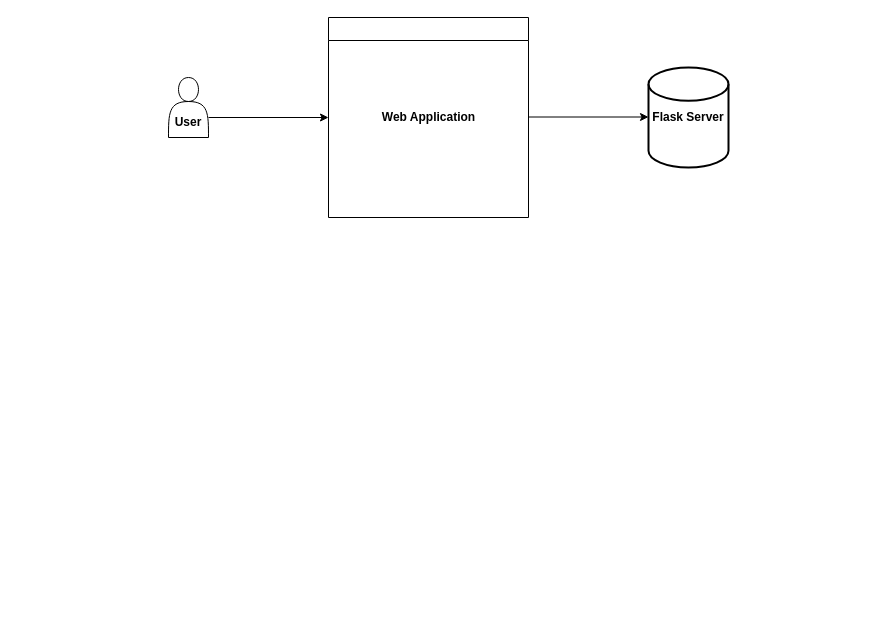
This is Untitled Diagram.drawio from MBtions/New, a draw.io file, before an edit. Source tidied: cells renumbered, new cells numbered last; positions are measured from the earlier drawing's top-left corner, leaving out a move shared by most shapes. Both pictures are drawn from the tidied source at 100%, with x=0, y=0 at pixel (168, 17).
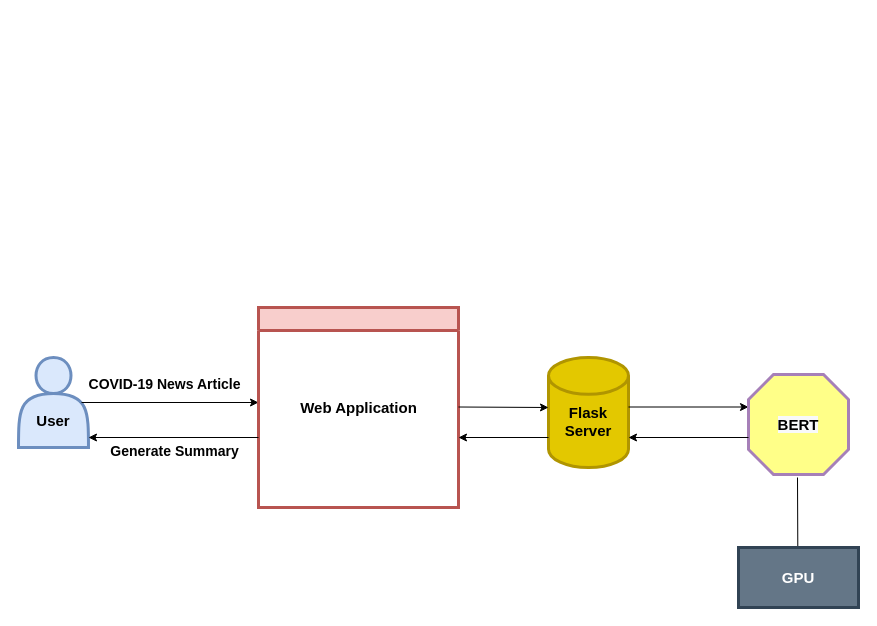
Above is the later version.

Diff of the diagram source:
```diff
@@
-    <mxCell id="2" value="&lt;br&gt;&lt;br&gt;User" style="shape=actor;whiteSpace=wrap;html=1;fontStyle=1;" parent="1" vertex="1">
-      <mxGeometry y="60" width="40" height="60" as="geometry" />
+    <mxCell id="2" value="&lt;font style=&quot;font-size: 15px&quot;&gt;&lt;br&gt;&lt;br&gt;User&lt;/font&gt;" style="shape=actor;whiteSpace=wrap;html=1;fontStyle=1;fillColor=#dae8fc;strokeColor=#6c8ebf;strokeWidth=3;" parent="1" vertex="1">
+      <mxGeometry x="-150" y="340" width="70" height="90" as="geometry" />
     </mxCell>
-    <mxCell id="3" style="endArrow=classic;html=1;exitX=1;exitY=0.75;exitDx=0;exitDy=0;fontStyle=1;" parent="1" edge="1">
+    <mxCell id="3" style="endArrow=classic;html=1;fontStyle=1;exitX=0.9;exitY=0.5;exitDx=0;exitDy=0;exitPerimeter=0;" parent="1" edge="1" source="2">
       <mxGeometry relative="1" as="geometry">
-        <mxPoint x="40" y="100" as="sourcePoint" />
-        <mxPoint x="160" y="100" as="targetPoint" />
+        <mxPoint x="90" y="385" as="targetPoint" />
       </mxGeometry>
     </mxCell>
-    <mxCell id="4" value="&lt;span&gt;Flask Server&lt;/span&gt;" style="strokeWidth=2;html=1;shape=mxgraph.flowchart.database;whiteSpace=wrap;fontStyle=1;" parent="1" vertex="1">
-      <mxGeometry x="480" y="50" width="80" height="100" as="geometry" />
+    <mxCell id="4" value="&lt;span&gt;&lt;font style=&quot;font-size: 15px&quot;&gt;&lt;br&gt;Flask Server&lt;/font&gt;&lt;/span&gt;" style="strokeWidth=3;html=1;shape=mxgraph.flowchart.database;whiteSpace=wrap;fontStyle=1;fillColor=#e3c800;strokeColor=#B09500;fontColor=#000000;" parent="1" vertex="1">
+      <mxGeometry x="380" y="340" width="80" height="110" as="geometry" />
     </mxCell>
-    <mxCell id="5" style="swimlane;fontStyle=1;" parent="1" vertex="1">
-      <mxGeometry x="160" width="200" height="200" as="geometry" />
+    <mxCell id="5" style="swimlane;fontStyle=1;fillColor=#f8cecc;strokeColor=#b85450;strokeWidth=3;" parent="1" vertex="1">
+      <mxGeometry x="90" y="290" width="200" height="200" as="geometry" />
     </mxCell>
-    <mxCell id="6" value="Web Application" style="text;html=1;align=center;verticalAlign=middle;strokeColor=none;fontStyle=1;" parent="5" vertex="1">
-      <mxGeometry x="45" y="90" width="110" height="20" as="geometry" />
+    <mxCell id="6" value="&lt;font style=&quot;font-size: 15px&quot;&gt;Web Application&lt;/font&gt;" style="text;html=1;align=center;verticalAlign=middle;strokeColor=none;fontStyle=1;" parent="5" vertex="1">
+      <mxGeometry x="35" y="90" width="130" height="20" as="geometry" />
     </mxCell>
     <mxCell id="7" style="endArrow=classic;html=1;exitX=1;exitY=0.75;exitDx=0;exitDy=0;fontStyle=1;" parent="1" edge="1">
       <mxGeometry relative="1" as="geometry">
-        <mxPoint x="360" y="99.5" as="sourcePoint" />
-        <mxPoint x="480" y="99.5" as="targetPoint" />
+        <mxPoint x="290" y="389.5" as="sourcePoint" />
+        <mxPoint x="380" y="390" as="targetPoint" />
       </mxGeometry>
     </mxCell>
+    <mxCell id="8" style="endArrow=classic;html=1;exitX=1;exitY=0.75;exitDx=0;exitDy=0;fontStyle=1;" parent="1" edge="1">
+      <mxGeometry relative="1" as="geometry">
+        <mxPoint x="460" y="389.5" as="sourcePoint" />
+        <mxPoint x="580" y="389.5" as="targetPoint" />
+      </mxGeometry>
+    </mxCell>
+    <mxCell id="9" style="verticalLabelPosition=bottom;verticalAlign=top;html=1;shape=mxgraph.basic.polygon;polyCoords=[[0.25,0],[0.75,0],[1,0.25],[1,0.75],[0.75,1],[0.25,1],[0,0.75],[0,0.25]];polyline=0;fillColor=#ffff88;strokeWidth=3;strokeColor=#A680B8;" parent="1" vertex="1">
+      <mxGeometry x="580" y="357" width="100" height="100" as="geometry" />
+    </mxCell>
+    <mxCell id="10" value="&lt;font style=&quot;font-size: 15px&quot;&gt;&lt;b style=&quot;color: rgb(0 , 0 , 0) ; font-family: &amp;#34;helvetica&amp;#34; ; font-style: normal ; letter-spacing: normal ; text-align: center ; text-indent: 0px ; text-transform: none ; word-spacing: 0px ; background-color: rgb(248 , 249 , 250)&quot;&gt;BERT&lt;/b&gt;&lt;br&gt;&lt;/font&gt;" style="text;html=1;strokeColor=none;fillColor=none;align=center;verticalAlign=middle;whiteSpace=wrap;rounded=0;" parent="1" vertex="1">
+      <mxGeometry x="610" y="397" width="40" height="20" as="geometry" />
+    </mxCell>
+    <mxCell id="11" value="&lt;b&gt;&lt;font style=&quot;font-size: 14px&quot;&gt;COVID-19 News Article&lt;/font&gt;&lt;/b&gt;" style="text;html=1;align=center;verticalAlign=middle;strokeColor=none;" parent="1" vertex="1">
+      <mxGeometry x="-89" y="357" width="170" height="20" as="geometry" />
+    </mxCell>
+    <mxCell id="12" style="endArrow=none;html=1;" parent="1" edge="1">
+      <mxGeometry relative="1" as="geometry">
+        <mxPoint x="629.3" y="530" as="sourcePoint" />
+        <mxPoint x="629" y="460" as="targetPoint" />
+      </mxGeometry>
+    </mxCell>
+    <mxCell id="13" value="&lt;b&gt;&lt;font style=&quot;font-size: 15px&quot;&gt;GPU&lt;/font&gt;&lt;/b&gt;" style="rounded=0;whiteSpace=wrap;html=1;fillColor=#647687;strokeColor=#314354;fontColor=#ffffff;strokeWidth=3;" parent="1" vertex="1">
+      <mxGeometry x="570" y="530" width="120" height="60" as="geometry" />
+    </mxCell>
+    <mxCell id="14" style="endArrow=classic;html=1;fontStyle=1;" parent="1" edge="1">
+      <mxGeometry relative="1" as="geometry">
+        <mxPoint x="90" y="420" as="sourcePoint" />
+        <mxPoint x="-80" y="420" as="targetPoint" />
+      </mxGeometry>
+    </mxCell>
+    <mxCell id="15" value="&lt;b&gt;&lt;font style=&quot;font-size: 14px&quot;&gt;Generate Summary&lt;/font&gt;&lt;/b&gt;" style="text;html=1;align=center;verticalAlign=middle;strokeColor=none;" parent="1" vertex="1">
+      <mxGeometry x="-64" y="424" width="140" height="20" as="geometry" />
+    </mxCell>
+    <mxCell id="16" style="endArrow=classic;html=1;fontStyle=1;" parent="1" edge="1">
+      <mxGeometry relative="1" as="geometry">
+        <mxPoint x="380" y="420" as="sourcePoint" />
+        <mxPoint x="290" y="420" as="targetPoint" />
+      </mxGeometry>
+    </mxCell>
+    <mxCell id="17" style="endArrow=classic;html=1;fontStyle=1;" parent="1" edge="1">
+      <mxGeometry relative="1" as="geometry">
+        <mxPoint x="580" y="420" as="sourcePoint" />
+        <mxPoint x="460" y="420" as="targetPoint" />
+      </mxGeometry>
+    </mxCell>
```
